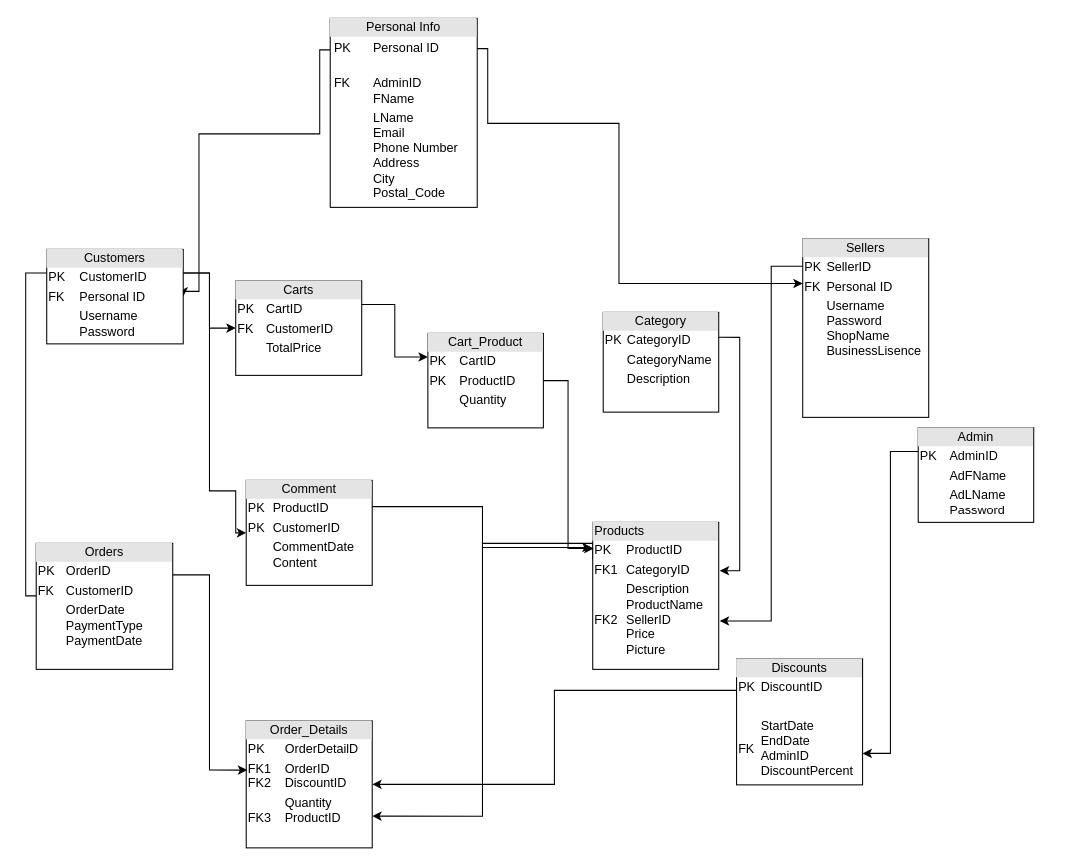
Earlier version of the draw.io diagram Relational Model.drawio (PhucAnh0502/Database). Source tidied: cells renumbered, new cells numbered last; positions are measured from the earlier drawing's top-left corner, leaving out a move shared by most shapes. Both pictures are drawn from the tidied source at 105%, with x=0, y=0 at pixel (25, 18).
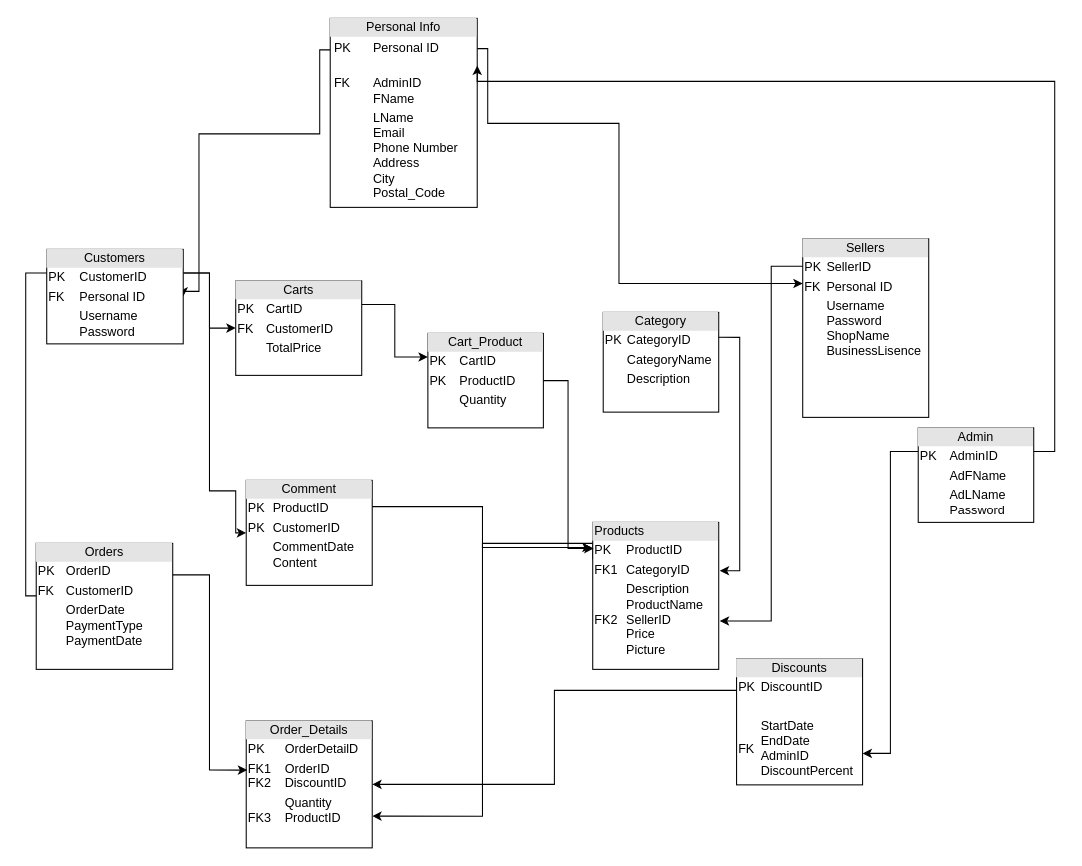
The same page after the edit.

Unchanged cells that the change refers to:
```xml
<mxCell id="4" value="&lt;div style=&quot;text-align: center; box-sizing: border-box; width: 100%; background: rgb(228, 228, 228); padding: 2px;&quot;&gt;Personal Info&lt;/div&gt;&lt;table style=&quot;width:100%;font-size:1em;&quot; cellpadding=&quot;2&quot; cellspacing=&quot;0&quot;&gt;&lt;tbody&gt;&lt;tr&gt;&lt;td style=&quot;text-align: justify;&quot;&gt;&lt;table style=&quot;font-size: 1em; text-align: left; width: 140px;&quot; cellpadding=&quot;2&quot; cellspacing=&quot;0&quot;&gt;&lt;tbody&gt;&lt;tr&gt;&lt;td style=&quot;text-align: justify;&quot;&gt;PK&lt;/td&gt;&lt;td style=&quot;text-align: justify;&quot;&gt;Personal ID&lt;br&gt;&lt;/td&gt;&lt;/tr&gt;&lt;tr&gt;&lt;td style=&quot;text-align: justify;&quot;&gt;FK&lt;span style=&quot;white-space: pre;&quot;&gt;&#9;&lt;/span&gt;&lt;br&gt;&lt;/td&gt;&lt;td style=&quot;text-align: justify;&quot;&gt;&lt;br&gt;AdminID&lt;br&gt;FName&lt;/td&gt;&lt;/tr&gt;&lt;tr&gt;&lt;td style=&quot;text-align: justify;&quot;&gt;&lt;/td&gt;&lt;td&gt;&lt;div style=&quot;text-align: justify;&quot;&gt;&lt;span style=&quot;font-size: 1em; background-color: initial;&quot;&gt;LName&lt;/span&gt;&lt;/div&gt;&lt;div style=&quot;text-align: justify;&quot;&gt;&lt;span style=&quot;font-size: 1em; background-color: initial;&quot;&gt;Email&lt;/span&gt;&lt;/div&gt;&lt;div style=&quot;text-align: justify;&quot;&gt;&lt;span style=&quot;font-size: 1em; background-color: initial;&quot;&gt;Phone Number&lt;/span&gt;&lt;/div&gt;&lt;div style=&quot;text-align: justify;&quot;&gt;&lt;span style=&quot;font-size: 1em; background-color: initial;&quot;&gt;Address&lt;/span&gt;&lt;/div&gt;&lt;div style=&quot;text-align: justify;&quot;&gt;&lt;span style=&quot;font-size: 1em; background-color: initial;&quot;&gt;City&lt;/span&gt;&lt;/div&gt;&lt;div style=&quot;text-align: justify;&quot;&gt;&lt;span style=&quot;font-size: 1em; background-color: initial;&quot;&gt;Postal_Code&lt;/span&gt;&lt;/div&gt;&lt;/td&gt;&lt;/tr&gt;&lt;/tbody&gt;&lt;/table&gt;&lt;br&gt;&lt;/td&gt;&lt;td style=&quot;text-align: justify;&quot;&gt;&lt;/td&gt;&lt;/tr&gt;&lt;/tbody&gt;&lt;/table&gt;" style="verticalAlign=top;align=left;overflow=fill;html=1;whiteSpace=wrap;" parent="1" vertex="1">
  <mxGeometry x="290" width="140" height="180" as="geometry" />
</mxCell>
<mxCell id="11" value="&lt;div style=&quot;text-align: center; box-sizing: border-box; width: 100%; background: rgb(228, 228, 228); padding: 2px;&quot;&gt;Admin&lt;/div&gt;&lt;table style=&quot;text-align: center; width: 100%; font-size: 1em;&quot; cellpadding=&quot;2&quot; cellspacing=&quot;0&quot;&gt;&lt;tbody&gt;&lt;tr&gt;&lt;td style=&quot;text-align: justify;&quot;&gt;PK&lt;/td&gt;&lt;td style=&quot;text-align: justify;&quot;&gt;AdminID&lt;/td&gt;&lt;/tr&gt;&lt;tr&gt;&lt;td style=&quot;text-align: justify;&quot;&gt;&lt;/td&gt;&lt;td style=&quot;text-align: justify;&quot;&gt;AdFName&lt;/td&gt;&lt;/tr&gt;&lt;tr&gt;&lt;td style=&quot;text-align: justify;&quot;&gt;&lt;/td&gt;&lt;td style=&quot;text-align: justify;&quot;&gt;AdLName&lt;br&gt;Password&lt;/td&gt;&lt;/tr&gt;&lt;/tbody&gt;&lt;/table&gt;" style="verticalAlign=top;align=left;overflow=fill;html=1;whiteSpace=wrap;" parent="1" vertex="1">
  <mxGeometry x="850" y="390" width="110" height="90" as="geometry" />
</mxCell>
```

Diff of the diagram source:
```diff
@@
+    <mxCell id="28" style="edgeStyle=orthogonalEdgeStyle;rounded=0;jettySize=auto;html=1;exitX=1;exitY=0.25;exitDx=0;exitDy=0;entryX=1;entryY=0.25;entryDx=0;entryDy=0;" parent="1" edge="1" source="11" target="4">
+      <mxGeometry relative="1" as="geometry">
+        <Array as="points">
+          <mxPoint x="980" y="413" />
+          <mxPoint x="980" y="60" />
+          <mxPoint x="430" y="60" />
+        </Array>
+      </mxGeometry>
+    </mxCell>
```
